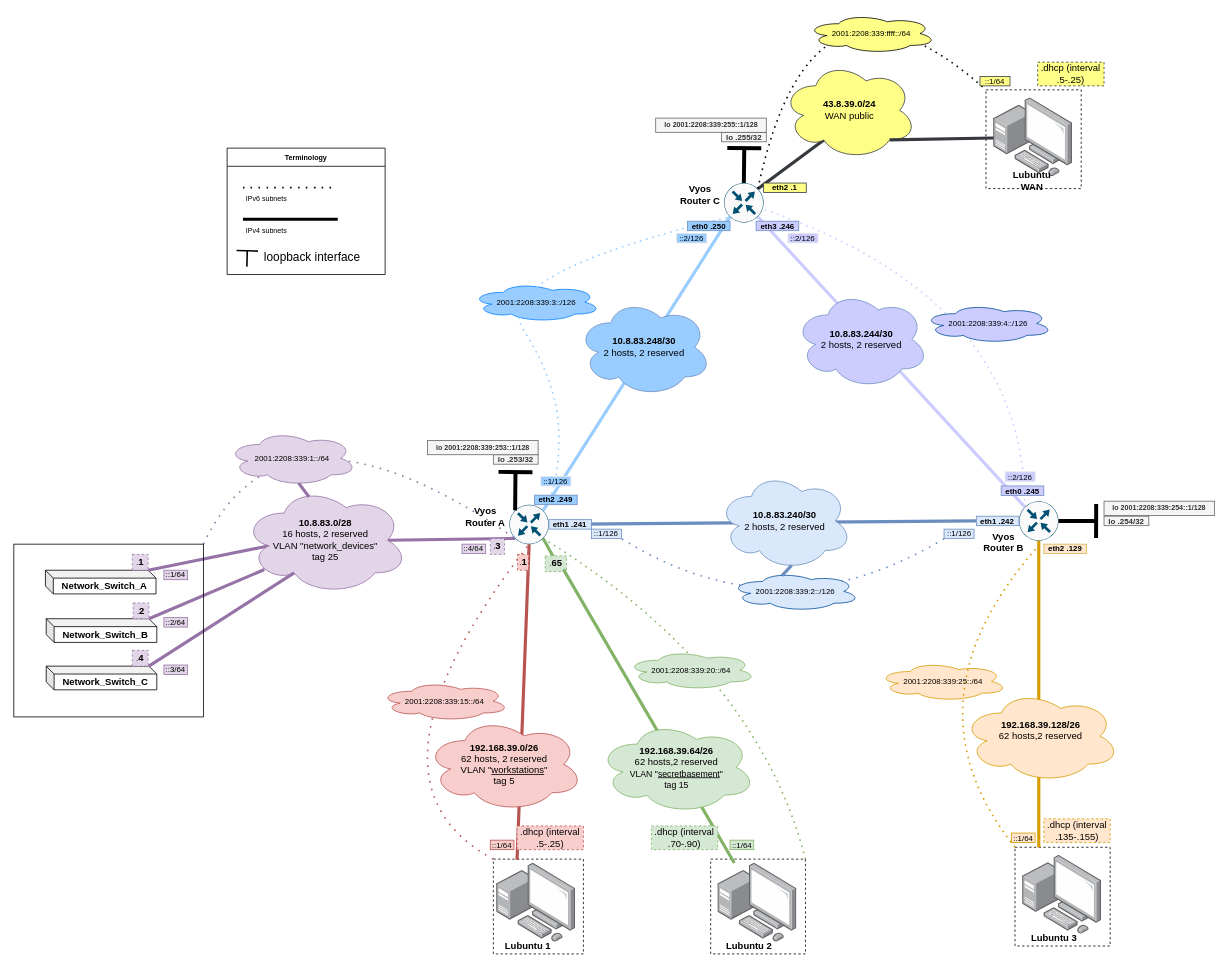
The draw.io diagram page "Logical Topology" (2 of 4) of documentation/E16/E16NetworkCharts.drawio in Kjersheim/DataNetworksIntro2023, before the edit. Source tidied: cells renumbered, new cells numbered last; positions are measured from the earlier drawing's top-left corner, leaving out a move shared by most shapes. Both pictures are drawn from the tidied source at 79%, with x=0, y=0 at pixel (13, -66).
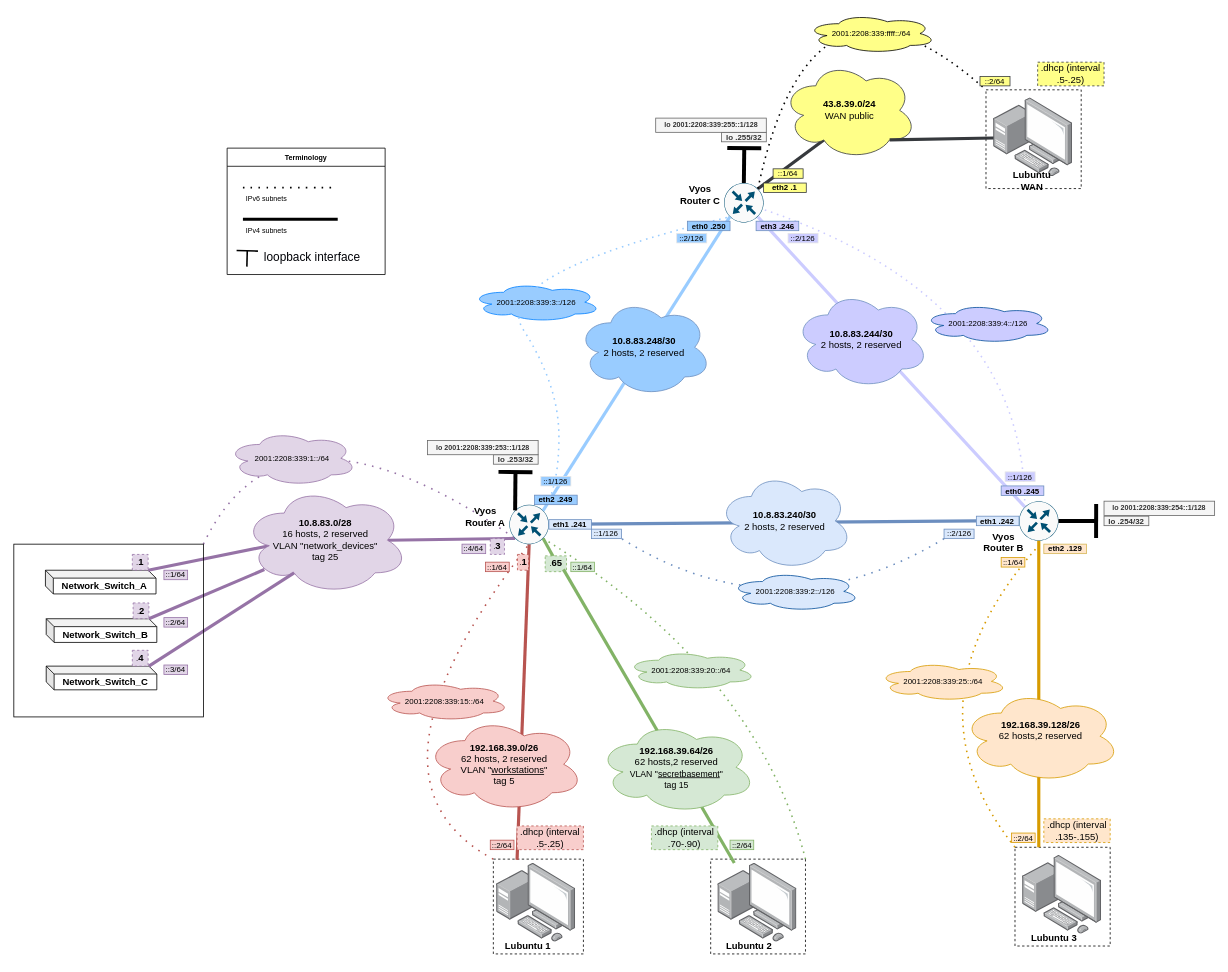
Above is the later version.

The change refers to these unchanged cells:
```xml
<mxCell id="23" value="&lt;b&gt;10.8.83.0/28&lt;br&gt;&lt;/b&gt;16 hosts, 2 reserved&lt;br&gt;VLAN &quot;network_devices&quot;&lt;br&gt;tag 25" style="ellipse;shape=cloud;whiteSpace=wrap;html=1;labelBorderColor=none;fillStyle=auto;strokeColor=#9673a6;fillColor=#e1d5e7;fontStyle=0;" parent="1" vertex="1">
  <mxGeometry x="290" y="697.6" width="209" height="137.5" as="geometry" />
</mxCell>
<mxCell id="34" value="&lt;font style=&quot;font-size: 12px;&quot;&gt;&lt;b&gt;10.8.83.240/30&lt;/b&gt;&lt;br&gt;2 hosts, 2 reserved&lt;br&gt;&lt;/font&gt;" style="ellipse;shape=cloud;whiteSpace=wrap;html=1;fontSize=9;fillColor=#dae8fc;strokeColor=#6c8ebf;" parent="1" vertex="1">
  <mxGeometry x="891.1" y="679.8" width="170" height="124.5" as="geometry" />
</mxCell>
<mxCell id="79" value="&lt;font style=&quot;font-size: 10px;&quot;&gt;2001:2208:339:1::/64&lt;/font&gt;" style="ellipse;shape=cloud;whiteSpace=wrap;html=1;fillColor=#e1d5e7;strokeColor=#9673a6;" parent="1" vertex="1">
  <mxGeometry x="270" y="627.6" width="164.5" height="70" as="geometry" />
</mxCell>
<mxCell id="81" value="&lt;font style=&quot;font-size: 10px;&quot;&gt;2001:2208:339:2::/126&lt;/font&gt;" style="ellipse;shape=cloud;whiteSpace=wrap;html=1;fillColor=#DAE8FC;strokeColor=#004C99;" parent="1" vertex="1">
  <mxGeometry x="906.6" y="806.1" width="164.5" height="50" as="geometry" />
</mxCell>
```

What changed in the source:
```diff
@@
-    <mxCell id="83" value="&lt;span style=&quot;color: rgb(0, 0, 0); font-family: Helvetica; font-size: 10px; font-style: normal; font-variant-ligatures: normal; font-variant-caps: normal; font-weight: 400; letter-spacing: normal; orphans: 2; text-indent: 0px; text-transform: none; widows: 2; word-spacing: 0px; -webkit-text-stroke-width: 0px; text-decoration-thickness: initial; text-decoration-style: initial; text-decoration-color: initial; float: none; display: inline !important;&quot;&gt;::1/126&lt;/span&gt;" style="text;whiteSpace=wrap;html=1;fontSize=10;fillColor=#DAE8FC;align=center;verticalAlign=middle;strokeColor=#6C8EBF;" parent="1" vertex="1">
+    <mxCell id="83" value="&lt;span style=&quot;color: rgb(0, 0, 0); font-family: Helvetica; font-size: 10px; font-style: normal; font-variant-ligatures: normal; font-variant-caps: normal; font-weight: 400; letter-spacing: normal; orphans: 2; text-indent: 0px; text-transform: none; widows: 2; word-spacing: 0px; -webkit-text-stroke-width: 0px; text-decoration-thickness: initial; text-decoration-style: initial; text-decoration-color: initial; float: none; display: inline !important;&quot;&gt;::2/126&lt;/span&gt;" style="text;whiteSpace=wrap;html=1;fontSize=10;fillColor=#DAE8FC;align=center;verticalAlign=middle;strokeColor=#6C8EBF;" parent="1" vertex="1">
       <mxGeometry x="1177.5" y="752.3" width="38" height="12" as="geometry" />
     </mxCell>
@@
-    <mxCell id="85" style="rounded=0;jettySize=auto;html=1;exitX=0.4;exitY=0.1;exitDx=0;exitDy=0;entryX=0.55;entryY=0.95;entryDx=0;entryDy=0;entryPerimeter=0;endArrow=none;endFill=0;fillColor=#e1d5e7;strokeColor=#9673a6;strokeWidth=4;exitPerimeter=0;" parent="1" edge="1" source="23" target="79">
-      <mxGeometry relative="1" as="geometry" />
-    </mxCell>
-    <mxCell id="86" style="endArrow=none;html=1;rounded=0;strokeWidth=4;entryX=0.55;entryY=0.95;entryDx=0;entryDy=0;exitX=0.4;exitY=0.1;exitDx=0;exitDy=0;exitPerimeter=0;fillColor=#dae8fc;strokeColor=#6c8ebf;startArrow=none;entryPerimeter=0;" parent="1" edge="1" source="81" target="34">
-      <mxGeometry relative="1" as="geometry" />
-    </mxCell>
@@
-    <mxCell id="89" value="&lt;font style=&quot;font-size: 10px;&quot;&gt;2001:2208:339:25::/64&lt;/font&gt;" style="ellipse;shape=cloud;whiteSpace=wrap;html=1;fillColor=#ffe6cc;strokeColor=#d79b00;" parent="1" vertex="1">
-      <mxGeometry x="1093.5" y="920" width="164.5" height="50" as="geometry" />
-    </mxCell>
-    <mxCell id="90" value="&lt;span style=&quot;color: rgb(0, 0, 0); font-family: Helvetica; font-size: 10px; font-style: normal; font-variant-ligatures: normal; font-variant-caps: normal; font-weight: 400; letter-spacing: normal; orphans: 2; text-indent: 0px; text-transform: none; widows: 2; word-spacing: 0px; -webkit-text-stroke-width: 0px; text-decoration-thickness: initial; text-decoration-style: initial; text-decoration-color: initial; float: none; display: inline !important;&quot;&gt;::1/64&lt;/span&gt;" style="text;whiteSpace=wrap;html=1;fontSize=10;fillColor=#f8cecc;strokeColor=#b85450;fillStyle=solid;verticalAlign=middle;align=center;" parent="1" vertex="1">
+    <mxCell id="90" value="&lt;span style=&quot;color: rgb(0, 0, 0); font-family: Helvetica; font-size: 10px; font-style: normal; font-variant-ligatures: normal; font-variant-caps: normal; font-weight: 400; letter-spacing: normal; orphans: 2; text-indent: 0px; text-transform: none; widows: 2; word-spacing: 0px; -webkit-text-stroke-width: 0px; text-decoration-thickness: initial; text-decoration-style: initial; text-decoration-color: initial; float: none; display: inline !important;&quot;&gt;::2/64&lt;/span&gt;" style="text;whiteSpace=wrap;html=1;fontSize=10;fillColor=#f8cecc;strokeColor=#b85450;fillStyle=solid;verticalAlign=middle;align=center;" parent="1" vertex="1">
       <mxGeometry x="603.1" y="1146" width="30" height="12" as="geometry" />
     </mxCell>
-    <mxCell id="91" value="&lt;span style=&quot;color: rgb(0, 0, 0); font-family: Helvetica; font-size: 10px; font-style: normal; font-variant-ligatures: normal; font-variant-caps: normal; font-weight: 400; letter-spacing: normal; orphans: 2; text-indent: 0px; text-transform: none; widows: 2; word-spacing: 0px; -webkit-text-stroke-width: 0px; text-decoration-thickness: initial; text-decoration-style: initial; text-decoration-color: initial; float: none; display: inline !important;&quot;&gt;::1/64&lt;/span&gt;" style="text;whiteSpace=wrap;html=1;fontSize=10;fillColor=#d5e8d4;strokeColor=#82b366;fillStyle=solid;verticalAlign=middle;align=center;" parent="1" vertex="1">
+    <mxCell id="91" value="&lt;span style=&quot;color: rgb(0, 0, 0); font-family: Helvetica; font-size: 10px; font-style: normal; font-variant-ligatures: normal; font-variant-caps: normal; font-weight: 400; letter-spacing: normal; orphans: 2; text-indent: 0px; text-transform: none; widows: 2; word-spacing: 0px; -webkit-text-stroke-width: 0px; text-decoration-thickness: initial; text-decoration-style: initial; text-decoration-color: initial; float: none; display: inline !important;&quot;&gt;::2/64&lt;/span&gt;" style="text;whiteSpace=wrap;html=1;fontSize=10;fillColor=#d5e8d4;strokeColor=#82b366;fillStyle=solid;verticalAlign=middle;align=center;" parent="1" vertex="1">
       <mxGeometry x="906.6" y="1146" width="30" height="12" as="geometry" />
     </mxCell>
-    <mxCell id="92" value="&lt;span style=&quot;color: rgb(0, 0, 0); font-family: Helvetica; font-size: 10px; font-style: normal; font-variant-ligatures: normal; font-variant-caps: normal; font-weight: 400; letter-spacing: normal; orphans: 2; text-indent: 0px; text-transform: none; widows: 2; word-spacing: 0px; -webkit-text-stroke-width: 0px; text-decoration-thickness: initial; text-decoration-style: initial; text-decoration-color: initial; float: none; display: inline !important;&quot;&gt;::1/64&lt;/span&gt;" style="text;whiteSpace=wrap;html=1;fontSize=10;fillColor=#ffe6cc;strokeColor=#d79b00;fillStyle=solid;verticalAlign=middle;align=center;" parent="1" vertex="1">
+    <mxCell id="92" value="&lt;span style=&quot;color: rgb(0, 0, 0); font-family: Helvetica; font-size: 10px; font-style: normal; font-variant-ligatures: normal; font-variant-caps: normal; font-weight: 400; letter-spacing: normal; orphans: 2; text-indent: 0px; text-transform: none; widows: 2; word-spacing: 0px; -webkit-text-stroke-width: 0px; text-decoration-thickness: initial; text-decoration-style: initial; text-decoration-color: initial; float: none; display: inline !important;&quot;&gt;::2/64&lt;/span&gt;" style="text;whiteSpace=wrap;html=1;fontSize=10;fillColor=#ffe6cc;strokeColor=#d79b00;fillStyle=solid;verticalAlign=middle;align=center;" parent="1" vertex="1">
       <mxGeometry x="1262.8" y="1137" width="30" height="12" as="geometry" />
     </mxCell>
@@
-    <mxCell id="110" value="&lt;span style=&quot;color: rgb(0, 0, 0); font-family: Helvetica; font-size: 10px; font-style: normal; font-variant-ligatures: normal; font-variant-caps: normal; font-weight: 400; letter-spacing: normal; orphans: 2; text-indent: 0px; text-transform: none; widows: 2; word-spacing: 0px; -webkit-text-stroke-width: 0px; text-decoration-thickness: initial; text-decoration-style: initial; text-decoration-color: initial; float: none; display: inline !important;&quot;&gt;::2/126&lt;/span&gt;" style="text;whiteSpace=wrap;html=1;fontSize=10;fillColor=#CCCCFF;verticalAlign=middle;align=center;strokeColor=#E6E6E6;" parent="1" vertex="1">
+    <mxCell id="110" value="&lt;span style=&quot;color: rgb(0, 0, 0); font-family: Helvetica; font-size: 10px; font-style: normal; font-variant-ligatures: normal; font-variant-caps: normal; font-weight: 400; letter-spacing: normal; orphans: 2; text-indent: 0px; text-transform: none; widows: 2; word-spacing: 0px; -webkit-text-stroke-width: 0px; text-decoration-thickness: initial; text-decoration-style: initial; text-decoration-color: initial; float: none; display: inline !important;&quot;&gt;::1/126&lt;/span&gt;" style="text;whiteSpace=wrap;html=1;fontSize=10;fillColor=#CCCCFF;verticalAlign=middle;align=center;strokeColor=#E6E6E6;" parent="1" vertex="1">
       <mxGeometry x="1254.8" y="679.8" width="38" height="12" as="geometry" />
     </mxCell>
@@
-    <mxCell id="114" value="&lt;span style=&quot;color: rgb(0, 0, 0); font-family: Helvetica; font-size: 10px; font-style: normal; font-variant-ligatures: normal; font-variant-caps: normal; font-weight: 400; letter-spacing: normal; orphans: 2; text-indent: 0px; text-transform: none; widows: 2; word-spacing: 0px; -webkit-text-stroke-width: 0px; text-decoration-thickness: initial; text-decoration-style: initial; text-decoration-color: initial; float: none; display: inline !important;&quot;&gt;::1/64&lt;/span&gt;" style="text;whiteSpace=wrap;html=1;fontSize=10;fillColor=#ffff88;verticalAlign=middle;align=center;strokeColor=#36393d;" parent="1" vertex="1">
+    <mxCell id="114" value="&lt;span style=&quot;color: rgb(0, 0, 0); font-family: Helvetica; font-size: 10px; font-style: normal; font-variant-ligatures: normal; font-variant-caps: normal; font-weight: 400; letter-spacing: normal; orphans: 2; text-indent: 0px; text-transform: none; widows: 2; word-spacing: 0px; -webkit-text-stroke-width: 0px; text-decoration-thickness: initial; text-decoration-style: initial; text-decoration-color: initial; float: none; display: inline !important;&quot;&gt;::2/64&lt;/span&gt;" style="text;whiteSpace=wrap;html=1;fontSize=10;fillColor=#ffff88;verticalAlign=middle;align=center;strokeColor=#36393d;" parent="1" vertex="1">
       <mxGeometry x="1223" y="179.2" width="38" height="12" as="geometry" />
     </mxCell>
+    <mxCell id="115" value="&lt;span style=&quot;color: rgb(0, 0, 0); font-family: Helvetica; font-size: 10px; font-style: normal; font-variant-ligatures: normal; font-variant-caps: normal; font-weight: 400; letter-spacing: normal; orphans: 2; text-indent: 0px; text-transform: none; widows: 2; word-spacing: 0px; -webkit-text-stroke-width: 0px; text-decoration-thickness: initial; text-decoration-style: initial; text-decoration-color: initial; float: none; display: inline !important;&quot;&gt;::1/64&lt;/span&gt;" style="text;whiteSpace=wrap;html=1;fontSize=10;fillColor=#f8cecc;strokeColor=#b85450;fillStyle=solid;verticalAlign=middle;align=center;" parent="1" vertex="1">
+      <mxGeometry x="597.1" y="794.1" width="30" height="12" as="geometry" />
+    </mxCell>
+    <mxCell id="116" value="&lt;span style=&quot;color: rgb(0, 0, 0); font-family: Helvetica; font-size: 10px; font-style: normal; font-variant-ligatures: normal; font-variant-caps: normal; font-weight: 400; letter-spacing: normal; orphans: 2; text-indent: 0px; text-transform: none; widows: 2; word-spacing: 0px; -webkit-text-stroke-width: 0px; text-decoration-thickness: initial; text-decoration-style: initial; text-decoration-color: initial; float: none; display: inline !important;&quot;&gt;::1/64&lt;/span&gt;" style="text;whiteSpace=wrap;html=1;fontSize=10;fillColor=#d5e8d4;strokeColor=#82b366;fillStyle=solid;verticalAlign=middle;align=center;" parent="1" vertex="1">
+      <mxGeometry x="705.1" y="794.1" width="30" height="12" as="geometry" />
+    </mxCell>
+    <mxCell id="117" value="&lt;span style=&quot;color: rgb(0, 0, 0); font-family: Helvetica; font-size: 10px; font-style: normal; font-variant-ligatures: normal; font-variant-caps: normal; font-weight: 400; letter-spacing: normal; orphans: 2; text-indent: 0px; text-transform: none; widows: 2; word-spacing: 0px; -webkit-text-stroke-width: 0px; text-decoration-thickness: initial; text-decoration-style: initial; text-decoration-color: initial; float: none; display: inline !important;&quot;&gt;::1/64&lt;/span&gt;" style="text;whiteSpace=wrap;html=1;fontSize=10;fillColor=#ffe6cc;strokeColor=#d79b00;fillStyle=solid;verticalAlign=middle;align=center;" parent="1" vertex="1">
+      <mxGeometry x="1249.8" y="788.3" width="30" height="12" as="geometry" />
+    </mxCell>
+    <mxCell id="118" value="&lt;span style=&quot;color: rgb(0, 0, 0); font-family: Helvetica; font-size: 10px; font-style: normal; font-variant-ligatures: normal; font-variant-caps: normal; font-weight: 400; letter-spacing: normal; orphans: 2; text-indent: 0px; text-transform: none; widows: 2; word-spacing: 0px; -webkit-text-stroke-width: 0px; text-decoration-thickness: initial; text-decoration-style: initial; text-decoration-color: initial; float: none; display: inline !important;&quot;&gt;::1/64&lt;/span&gt;" style="text;whiteSpace=wrap;html=1;fontSize=10;fillColor=#ffff88;verticalAlign=middle;align=center;strokeColor=#36393d;" parent="1" vertex="1">
+      <mxGeometry x="961.1" y="296.2" width="38" height="12" as="geometry" />
+    </mxCell>
+    <mxCell id="89" value="&lt;font style=&quot;font-size: 10px;&quot;&gt;2001:2208:339:25::/64&lt;/font&gt;" style="ellipse;shape=cloud;whiteSpace=wrap;html=1;fillColor=#ffe6cc;strokeColor=#d79b00;" parent="1" vertex="1">
+      <mxGeometry x="1093.5" y="920" width="164.5" height="50" as="geometry" />
+    </mxCell>
```
